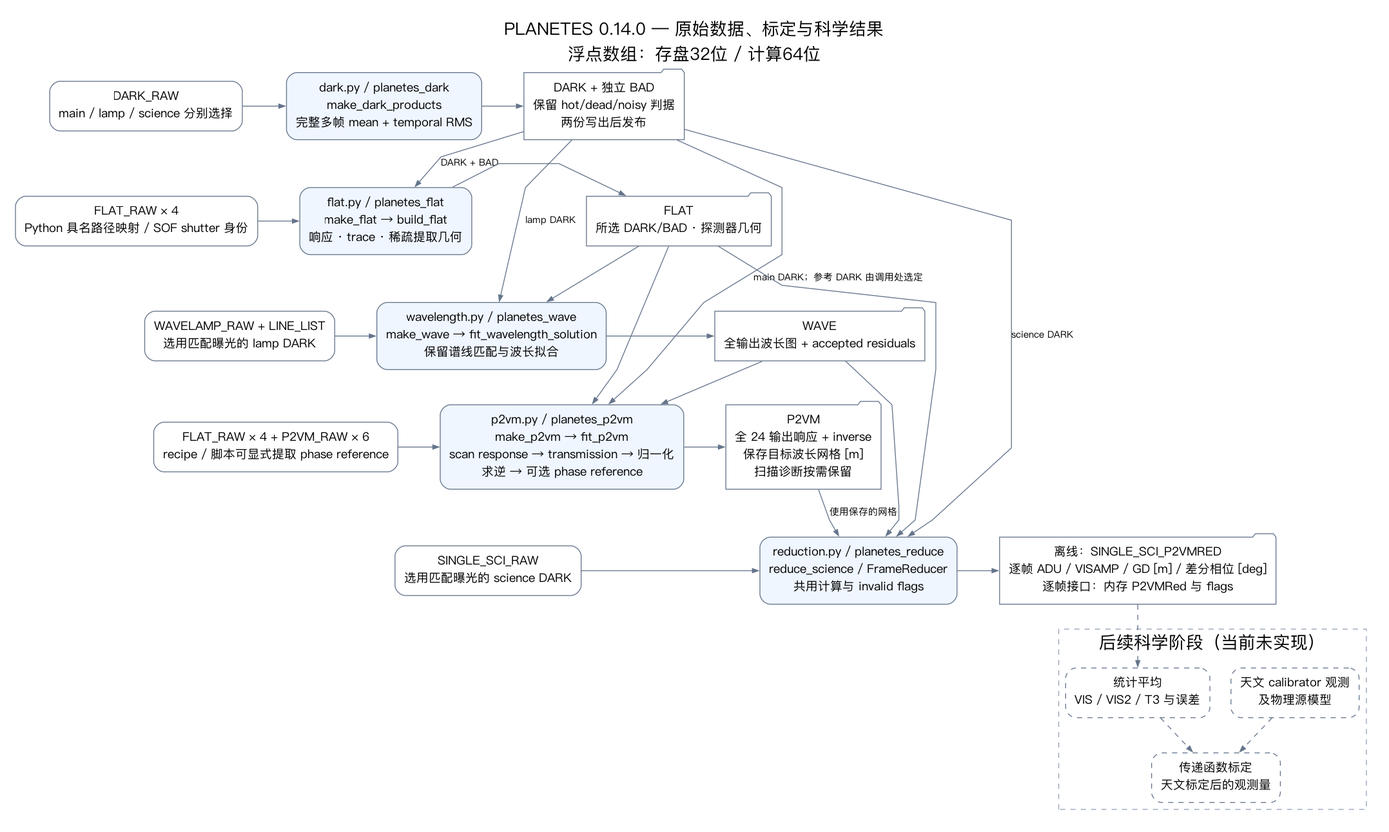
Above: docs/dataflow.png in zexwu/planetes_pipe (Graphviz), before the change. Its source is kept beside it as docs/dataflow.dot.
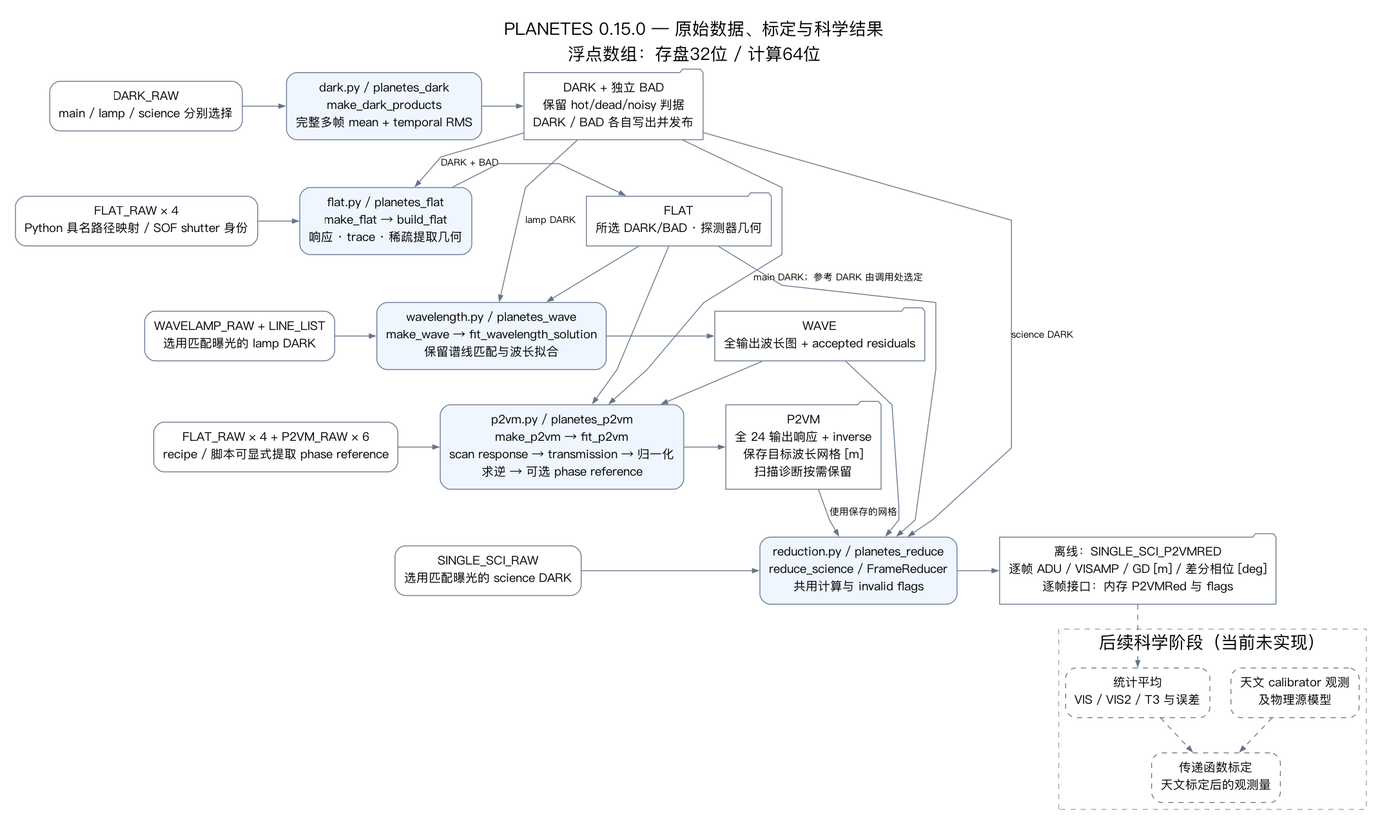
After the change.

Diff of the diagram source:
```diff
@@ -1,10 +1,10 @@
 digraph Dataflow {
-  graph [rankdir=TB, bgcolor="white", pad=0.25, nodesep=0.35, ranksep=0.55, splines=polyline, fontname="PingFang SC", fontsize=20, label="PLANETES 0.14.0 — 原始数据、标定与科学结果\n浮点数组：存盘32位 / 计算64位", labelloc=t];
+  graph [rankdir=TB, bgcolor="white", pad=0.25, nodesep=0.35, ranksep=0.55, splines=polyline, fontname="PingFang SC", fontsize=20, label="PLANETES 0.15.0 — 原始数据、标定与科学结果\n浮点数组：存盘32位 / 计算64位", labelloc=t];
   node [shape=box, style="rounded", fontname="PingFang SC", fontsize=14, color="#64748b", margin="0.15,0.12"];
   edge [fontname="PingFang SC", fontsize=11, color="#64748b", arrowsize=0.7];
   rawdark [label="DARK_RAW\nmain / lamp / science 分别选择"];
   dark [label="dark.py / planetes_dark\nmake_dark_products\n完整多帧 mean + temporal RMS", style="rounded,filled", fillcolor="#eff6ff"];
-  darkfits [label="DARK + 独立 BAD\n保留 hot/dead/noisy 判据\n两份写出后发布", shape=folder];
+  darkfits [label="DARK + 独立 BAD\n保留 hot/dead/noisy 判据\nDARK / BAD 各自写出并发布", shape=folder];
   rawflat [label="FLAT_RAW × 4\nPython 具名路径映射 / SOF shutter 身份"];
   flat [label="flat.py / planetes_flat\nmake_flat → build_flat\n响应 · trace · 稀疏提取几何", style="rounded,filled", fillcolor="#eff6ff"];
   flatfits [label="FLAT\n所选 DARK/BAD · 探测器几何", shape=folder];
```
